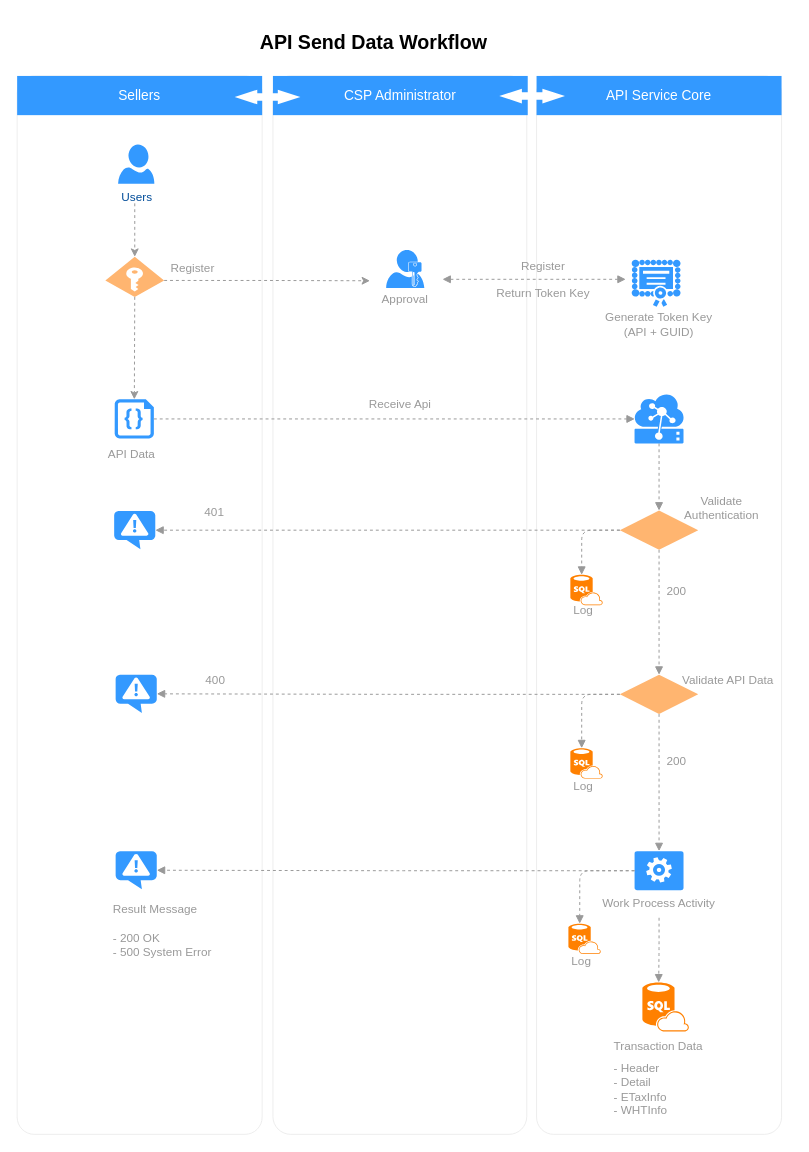
This is API Send Workflow.drawio from nirawat/eTax, a draw.io file, before an edit. Source tidied: cells renumbered, new cells numbered last; positions are measured from the earlier drawing's top-left corner, leaving out a move shared by most shapes. Both pictures are drawn from the tidied source at 98%, with x=0, y=0 at pixel (17, 17).
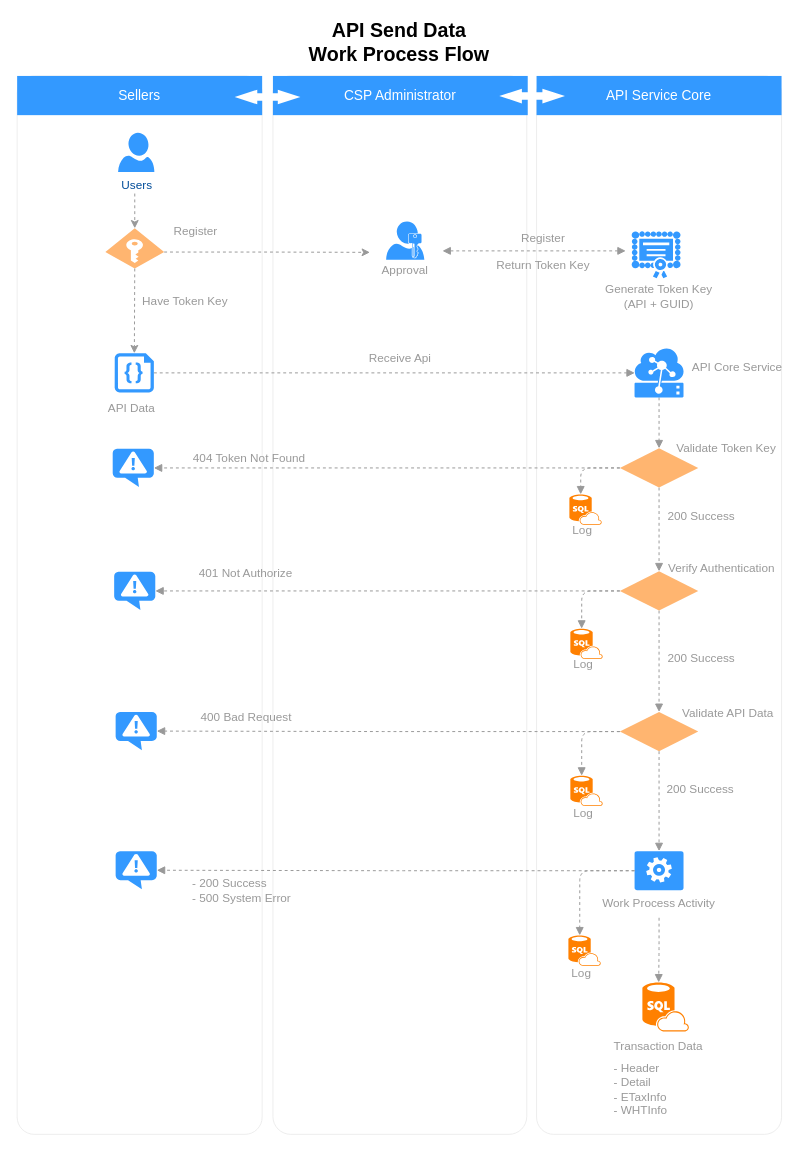
After the change.

Change to the diagram source:
```diff
@@
     <mxCell id="9" value="Users" style="verticalLabelPosition=bottom;html=1;verticalAlign=top;strokeColor=none;fillColor=#3399FF;shape=mxgraph.azure.user;dashed=1;fontSize=12;fontColor=#004C99;" parent="1" vertex="1">
-      <mxGeometry x="103" y="130" width="37" height="40" as="geometry" />
+      <mxGeometry x="103" y="118" width="37" height="40" as="geometry" />
     </mxCell>
-    <mxCell id="10" value="API Send Data Workflow" style="text;html=1;strokeColor=none;fillColor=none;align=center;verticalAlign=middle;whiteSpace=wrap;rounded=0;fontStyle=1;fontSize=20;" parent="1" vertex="1">
-      <mxGeometry x="233.5" width="260" height="50" as="geometry" />
+    <mxCell id="10" value="API Send Data &lt;br&gt;Work Process Flow" style="text;html=1;strokeColor=none;fillColor=none;align=center;verticalAlign=middle;whiteSpace=wrap;rounded=0;fontStyle=1;fontSize=20;" parent="1" vertex="1">
+      <mxGeometry x="260" width="260" height="50" as="geometry" />
     </mxCell>
@@
     <mxCell id="12" style="edgeStyle=orthogonalEdgeStyle;rounded=0;jettySize=auto;html=1;exitX=1;exitY=0.59;exitDx=0;exitDy=0;exitPerimeter=0;fontSize=14;strokeColor=#999999;dashed=1;" parent="1" edge="1" source="13">
       <mxGeometry relative="1" as="geometry">
-        <mxPoint x="360" y="269" as="targetPoint" />
+        <mxPoint x="360" y="240" as="targetPoint" />
       </mxGeometry>
     </mxCell>
     <mxCell id="13" style="shadow=0;dashed=0;html=1;strokeColor=none;fillColor=#FFB570;labelPosition=center;verticalLabelPosition=bottom;verticalAlign=top;align=center;shape=mxgraph.azure.access_control;fontSize=14;" parent="1" vertex="1">
-      <mxGeometry x="90" y="244.5" width="60" height="41" as="geometry" />
+      <mxGeometry x="90" y="215.5" width="60" height="41" as="geometry" />
     </mxCell>
     <mxCell id="14" style="group;" parent="1" vertex="1">
-      <mxGeometry x="336" y="237.5" width="120" height="60.5" as="geometry" />
+      <mxGeometry x="336" y="208.5" width="120" height="60.5" as="geometry" />
     </mxCell>
@@
     <mxCell id="17" style="edgeStyle=orthogonalEdgeStyle;rounded=0;orthogonalLoop=1;jettySize=auto;html=1;entryX=0;entryY=0.45;entryDx=0;entryDy=0;entryPerimeter=0;strokeColor=#999999;fontSize=14;endArrow=block;endFill=1;startArrow=block;startFill=1;dashed=1;" parent="1" edge="1">
       <mxGeometry relative="1" as="geometry">
-        <mxPoint x="434" y="267.5" as="sourcePoint" />
-        <mxPoint x="621" y="267.5" as="targetPoint" />
+        <mxPoint x="434" y="238.5" as="sourcePoint" />
+        <mxPoint x="621" y="238.5" as="targetPoint" />
       </mxGeometry>
     </mxCell>
     <mxCell id="18" value="Return Token Key" style="text;html=1;strokeColor=none;fillColor=none;align=center;verticalAlign=middle;whiteSpace=wrap;rounded=0;fontSize=12;fontColor=#999999;" parent="1" vertex="1">
-      <mxGeometry x="480" y="271.5" width="114" height="20" as="geometry" />
+      <mxGeometry x="480" y="242.5" width="114" height="20" as="geometry" />
     </mxCell>
     <mxCell id="19" value="Register" style="text;html=1;strokeColor=none;fillColor=none;align=center;verticalAlign=middle;whiteSpace=wrap;rounded=0;fontSize=12;fontColor=#999999;" parent="1" vertex="1">
-      <mxGeometry x="480" y="244.5" width="114" height="20" as="geometry" />
+      <mxGeometry x="480" y="215.5" width="114" height="20" as="geometry" />
     </mxCell>
     <mxCell id="20" style="group;" parent="1" vertex="1">
-      <mxGeometry x="598" y="247.5" width="114" height="81" as="geometry" />
+      <mxGeometry x="598" y="218.5" width="114" height="81" as="geometry" />
     </mxCell>
@@
     <mxCell id="23" value="Register" style="text;html=1;strokeColor=none;fillColor=none;align=left;verticalAlign=middle;whiteSpace=wrap;rounded=0;fontSize=12;fontColor=#999999;" parent="1" vertex="1">
-      <mxGeometry x="155" y="247" width="114" height="20" as="geometry" />
+      <mxGeometry x="157.5" y="208.5" width="114" height="20" as="geometry" />
     </mxCell>
     <mxCell id="24" style="endArrow=classic;html=1;strokeColor=#999999;fontSize=12;fontColor=#999999;entryX=0.5;entryY=0;entryDx=0;entryDy=0;entryPerimeter=0;dashed=1;" parent="1" edge="1" target="13">
       <mxGeometry relative="1" as="geometry">
-        <mxPoint x="120" y="190" as="sourcePoint" />
+        <mxPoint x="120" y="180" as="sourcePoint" />
       </mxGeometry>
     </mxCell>
@@
     <mxCell id="26" style="group;" parent="1" vertex="1">
-      <mxGeometry x="86.5" y="370" width="67" height="86" as="geometry" />
+      <mxGeometry x="86.5" y="323" width="67" height="86" as="geometry" />
     </mxCell>
@@
-    <mxCell id="29" style="edgeStyle=orthogonalEdgeStyle;rounded=0;jettySize=auto;html=1;exitX=0.5;exitY=1;exitDx=0;exitDy=0;exitPerimeter=0;entryX=0.5;entryY=0;entryDx=0;entryDy=0;startArrow=none;startFill=0;endArrow=block;endFill=1;strokeColor=#999999;fontSize=12;fontColor=#999999;dashed=1;" parent="1" edge="1" source="30" target="36">
+    <mxCell id="29" style="edgeStyle=orthogonalEdgeStyle;rounded=0;jettySize=auto;html=1;exitX=0.5;exitY=1;exitDx=0;exitDy=0;exitPerimeter=0;entryX=0.5;entryY=0;entryDx=0;entryDy=0;startArrow=none;startFill=0;endArrow=block;endFill=1;strokeColor=#999999;fontSize=12;fontColor=#999999;dashed=1;" parent="1" edge="1" source="30" target="75">
       <mxGeometry relative="1" as="geometry" />
     </mxCell>
     <mxCell id="30" style="shadow=0;dashed=0;html=1;strokeColor=none;labelPosition=center;verticalLabelPosition=bottom;verticalAlign=top;align=center;shape=mxgraph.mscae.cloud.iot_edge;fillColor=#3399FF;fontSize=12;fontColor=#999999;" parent="1" vertex="1">
-      <mxGeometry x="630" y="385" width="50" height="50" as="geometry" />
+      <mxGeometry x="630" y="338" width="50" height="50" as="geometry" />
     </mxCell>
@@
     <mxCell id="32" value="Receive Api" style="text;html=1;strokeColor=none;fillColor=none;align=center;verticalAlign=middle;whiteSpace=wrap;rounded=0;fontSize=12;fontColor=#999999;" parent="1" vertex="1">
-      <mxGeometry x="333.5" y="385" width="114" height="20" as="geometry" />
+      <mxGeometry x="333.5" y="338" width="114" height="20" as="geometry" />
     </mxCell>
@@
     <mxCell id="36" style="rhombus;whiteSpace=wrap;html=1;strokeColor=none;strokeWidth=1;fillColor=#FFB570;fontSize=12;fontColor=#999999;align=left;" parent="1" vertex="1">
-      <mxGeometry x="615" y="503.5" width="80" height="40" as="geometry" />
+      <mxGeometry x="615" y="565.5" width="80" height="40" as="geometry" />
     </mxCell>
-    <mxCell id="37" value="401" style="text;html=1;strokeColor=none;fillColor=none;align=center;verticalAlign=middle;whiteSpace=wrap;rounded=0;fontSize=12;fontColor=#999999;" parent="1" vertex="1">
-      <mxGeometry x="175.5" y="496" width="51" height="20" as="geometry" />
+    <mxCell id="37" value="401 Not Authorize" style="text;html=1;strokeColor=none;fillColor=none;align=center;verticalAlign=middle;whiteSpace=wrap;rounded=0;fontSize=12;fontColor=#999999;" parent="1" vertex="1">
+      <mxGeometry x="176" y="558" width="115" height="20" as="geometry" />
     </mxCell>
-    <mxCell id="38" value="200" style="text;html=1;strokeColor=none;fillColor=none;align=left;verticalAlign=middle;whiteSpace=wrap;rounded=0;fontSize=12;fontColor=#999999;" parent="1" vertex="1">
-      <mxGeometry x="661" y="576" width="64" height="20" as="geometry" />
+    <mxCell id="38" value="200 Success" style="text;html=1;strokeColor=none;fillColor=none;align=left;verticalAlign=middle;whiteSpace=wrap;rounded=0;fontSize=12;fontColor=#999999;" parent="1" vertex="1">
+      <mxGeometry x="662" y="643.5" width="89" height="20" as="geometry" />
     </mxCell>
-    <mxCell id="39" value="Validate Authentication" style="text;html=1;strokeColor=none;fillColor=none;align=center;verticalAlign=middle;whiteSpace=wrap;rounded=0;fontSize=12;fontColor=#999999;" parent="1" vertex="1">
-      <mxGeometry x="662" y="486" width="114" height="29" as="geometry" />
+    <mxCell id="39" value="Verify Authentication" style="text;html=1;strokeColor=none;fillColor=none;align=center;verticalAlign=middle;whiteSpace=wrap;rounded=0;fontSize=12;fontColor=#999999;" parent="1" vertex="1">
+      <mxGeometry x="662" y="548" width="114" height="29" as="geometry" />
     </mxCell>
     <mxCell id="40" value="Validate API Data" style="text;html=1;strokeColor=none;fillColor=none;align=left;verticalAlign=middle;whiteSpace=wrap;rounded=0;fontSize=12;fontColor=#999999;" parent="1" vertex="1">
-      <mxGeometry x="677" y="662" width="103" height="29" as="geometry" />
+      <mxGeometry x="677" y="696.5" width="103" height="29" as="geometry" />
     </mxCell>
@@
     <mxCell id="44" style="rhombus;whiteSpace=wrap;html=1;strokeColor=none;strokeWidth=1;fillColor=#FFB570;fontSize=12;fontColor=#999999;align=left;" parent="1" vertex="1">
-      <mxGeometry x="615" y="671" width="80" height="40" as="geometry" />
+      <mxGeometry x="615" y="709" width="80" height="40" as="geometry" />
     </mxCell>
-    <mxCell id="45" value="400" style="text;html=1;strokeColor=none;fillColor=none;align=center;verticalAlign=middle;whiteSpace=wrap;rounded=0;fontSize=12;fontColor=#999999;" parent="1" vertex="1">
-      <mxGeometry x="176.5" y="666.5" width="51" height="20" as="geometry" />
+    <mxCell id="45" value="400 Bad Request" style="text;html=1;strokeColor=none;fillColor=none;align=center;verticalAlign=middle;whiteSpace=wrap;rounded=0;fontSize=12;fontColor=#999999;" parent="1" vertex="1">
+      <mxGeometry x="177" y="705" width="114" height="20" as="geometry" />
     </mxCell>
-    <mxCell id="46" value="200" style="text;html=1;strokeColor=none;fillColor=none;align=left;verticalAlign=middle;whiteSpace=wrap;rounded=0;fontSize=12;fontColor=#999999;" parent="1" vertex="1">
-      <mxGeometry x="661" y="750" width="64" height="20" as="geometry" />
+    <mxCell id="46" value="200 Success" style="text;html=1;strokeColor=none;fillColor=none;align=left;verticalAlign=middle;whiteSpace=wrap;rounded=0;fontSize=12;fontColor=#999999;" parent="1" vertex="1">
+      <mxGeometry x="661" y="778" width="89" height="20" as="geometry" />
     </mxCell>
     <mxCell id="47" style="verticalLabelPosition=bottom;html=1;verticalAlign=top;align=center;strokeColor=none;fillColor=#3399FF;shape=mxgraph.azure.notification_topic;fontSize=12;fontColor=#999999;" parent="1" vertex="1">
-      <mxGeometry x="99" y="504" width="42" height="39" as="geometry" />
+      <mxGeometry x="99" y="566" width="42" height="39" as="geometry" />
     </mxCell>
     <mxCell id="48" style="verticalLabelPosition=bottom;html=1;verticalAlign=top;align=center;strokeColor=none;fillColor=#3399FF;shape=mxgraph.azure.notification_topic;fontSize=12;fontColor=#999999;" parent="1" vertex="1">
-      <mxGeometry x="100.5" y="671" width="42" height="39" as="geometry" />
+      <mxGeometry x="100.5" y="709" width="42" height="39" as="geometry" />
     </mxCell>
@@
     <mxCell id="57" style="group;" parent="1" vertex="1">
-      <mxGeometry x="556" y="542" width="40" height="53.5" as="geometry" />
+      <mxGeometry x="556" y="597" width="40" height="53.5" as="geometry" />
     </mxCell>
@@
     <mxCell id="60" style="group;" parent="1" vertex="1">
-      <mxGeometry x="557.5" y="746" width="40" height="53.5" as="geometry" />
+      <mxGeometry x="557.5" y="774" width="40" height="53.5" as="geometry" />
     </mxCell>
@@
     <mxCell id="66" style="group;" parent="1" vertex="1">
-      <mxGeometry x="567.5" y="756" width="40" height="53.5" as="geometry" />
+      <mxGeometry x="567.5" y="768" width="40" height="53.5" as="geometry" />
     </mxCell>
@@
-    <mxCell id="70" value="Result Message&lt;br&gt;&lt;br&gt;- 200 OK&lt;br&gt;- 500 System Error&lt;br&gt;" style="text;html=1;strokeColor=none;fillColor=none;align=left;verticalAlign=middle;whiteSpace=wrap;rounded=0;fontSize=12;fontColor=#999999;" parent="1" vertex="1">
-      <mxGeometry x="96" y="884" width="126" height="96" as="geometry" />
+    <mxCell id="70" value="- 200 Success&lt;br&gt;- 500 System Error&lt;br&gt;" style="text;html=1;strokeColor=none;fillColor=none;align=left;verticalAlign=middle;whiteSpace=wrap;rounded=0;fontSize=12;fontColor=#999999;" parent="1" vertex="1">
+      <mxGeometry x="177" y="872" width="126" height="38" as="geometry" />
     </mxCell>
+    <mxCell id="71" value="API Core Service" style="text;html=1;strokeColor=none;fillColor=none;align=center;verticalAlign=middle;whiteSpace=wrap;rounded=0;fontSize=12;fontColor=#999999;" parent="1" vertex="1">
+      <mxGeometry x="680" y="343" width="110" height="29" as="geometry" />
+    </mxCell>
+    <mxCell id="72" style="edgeStyle=orthogonalEdgeStyle;rounded=1;jettySize=auto;html=1;exitX=0.5;exitY=1;exitDx=0;exitDy=0;entryX=0.5;entryY=0;entryDx=0;entryDy=0;dashed=1;startArrow=none;startFill=0;endArrow=block;endFill=1;strokeColor=#999999;fontSize=12;fontColor=#999999;" parent="1" edge="1" source="75" target="36">
+      <mxGeometry relative="1" as="geometry" />
+    </mxCell>
+    <mxCell id="73" style="edgeStyle=orthogonalEdgeStyle;rounded=1;jettySize=auto;html=1;exitX=0;exitY=0.5;exitDx=0;exitDy=0;dashed=1;startArrow=none;startFill=0;endArrow=block;endFill=1;strokeColor=#999999;fontSize=12;fontColor=#999999;" parent="1" edge="1" source="75" target="78">
+      <mxGeometry relative="1" as="geometry" />
+    </mxCell>
+    <mxCell id="74" style="edgeStyle=orthogonalEdgeStyle;rounded=1;jettySize=auto;html=1;exitX=0;exitY=0.5;exitDx=0;exitDy=0;entryX=0.35;entryY=0;entryDx=0;entryDy=0;entryPerimeter=0;dashed=1;startArrow=none;startFill=0;endArrow=block;endFill=1;strokeColor=#999999;fontSize=12;fontColor=#999999;" parent="1" edge="1" source="75" target="82">
+      <mxGeometry relative="1" as="geometry" />
+    </mxCell>
+    <mxCell id="75" style="rhombus;whiteSpace=wrap;html=1;strokeColor=none;strokeWidth=1;fillColor=#FFB570;fontSize=12;fontColor=#999999;align=left;" parent="1" vertex="1">
+      <mxGeometry x="615" y="440" width="80" height="40" as="geometry" />
+    </mxCell>
+    <mxCell id="76" value="200 Success" style="text;html=1;strokeColor=none;fillColor=none;align=left;verticalAlign=middle;whiteSpace=wrap;rounded=0;fontSize=12;fontColor=#999999;" parent="1" vertex="1">
+      <mxGeometry x="662" y="499.5" width="89" height="20" as="geometry" />
+    </mxCell>
+    <mxCell id="77" value="Validate Token Key" style="text;html=1;strokeColor=none;fillColor=none;align=left;verticalAlign=middle;whiteSpace=wrap;rounded=0;fontSize=12;fontColor=#999999;" parent="1" vertex="1">
+      <mxGeometry x="671" y="430" width="110" height="20" as="geometry" />
+    </mxCell>
+    <mxCell id="78" style="verticalLabelPosition=bottom;html=1;verticalAlign=top;align=center;strokeColor=none;fillColor=#3399FF;shape=mxgraph.azure.notification_topic;fontSize=12;fontColor=#999999;" parent="1" vertex="1">
+      <mxGeometry x="97.5" y="440.5" width="42" height="39" as="geometry" />
+    </mxCell>
+    <mxCell id="79" value="404 Token Not Found" style="text;html=1;strokeColor=none;fillColor=none;align=center;verticalAlign=middle;whiteSpace=wrap;rounded=0;fontSize=12;fontColor=#999999;" parent="1" vertex="1">
+      <mxGeometry x="174" y="440" width="126" height="20" as="geometry" />
+    </mxCell>
+    <mxCell id="80" style="group;" parent="1" vertex="1">
+      <mxGeometry x="555" y="460" width="40" height="53.5" as="geometry" />
+    </mxCell>
+    <mxCell id="81" value="Log" style="text;html=1;strokeColor=none;fillColor=none;align=center;verticalAlign=middle;whiteSpace=wrap;rounded=0;fontSize=12;fontColor=#999999;" parent="80" vertex="1">
+      <mxGeometry x="1.5" y="49.5" width="40" height="29" as="geometry" />
+    </mxCell>
+    <mxCell id="82" style="verticalLabelPosition=bottom;html=1;verticalAlign=top;align=center;strokeColor=none;fillColor=#FF8000;shape=mxgraph.azure.sql_database_sql_azure;fontSize=12;fontColor=#999999;" parent="80" vertex="1">
+      <mxGeometry x="8.5" y="27" width="33" height="31" as="geometry" />
+    </mxCell>
+    <mxCell id="83" value="Have Token Key" style="text;html=1;strokeColor=none;fillColor=none;align=left;verticalAlign=middle;whiteSpace=wrap;rounded=0;fontSize=12;fontColor=#999999;" parent="1" vertex="1">
+      <mxGeometry x="126" y="280" width="114" height="20" as="geometry" />
+    </mxCell>
```
